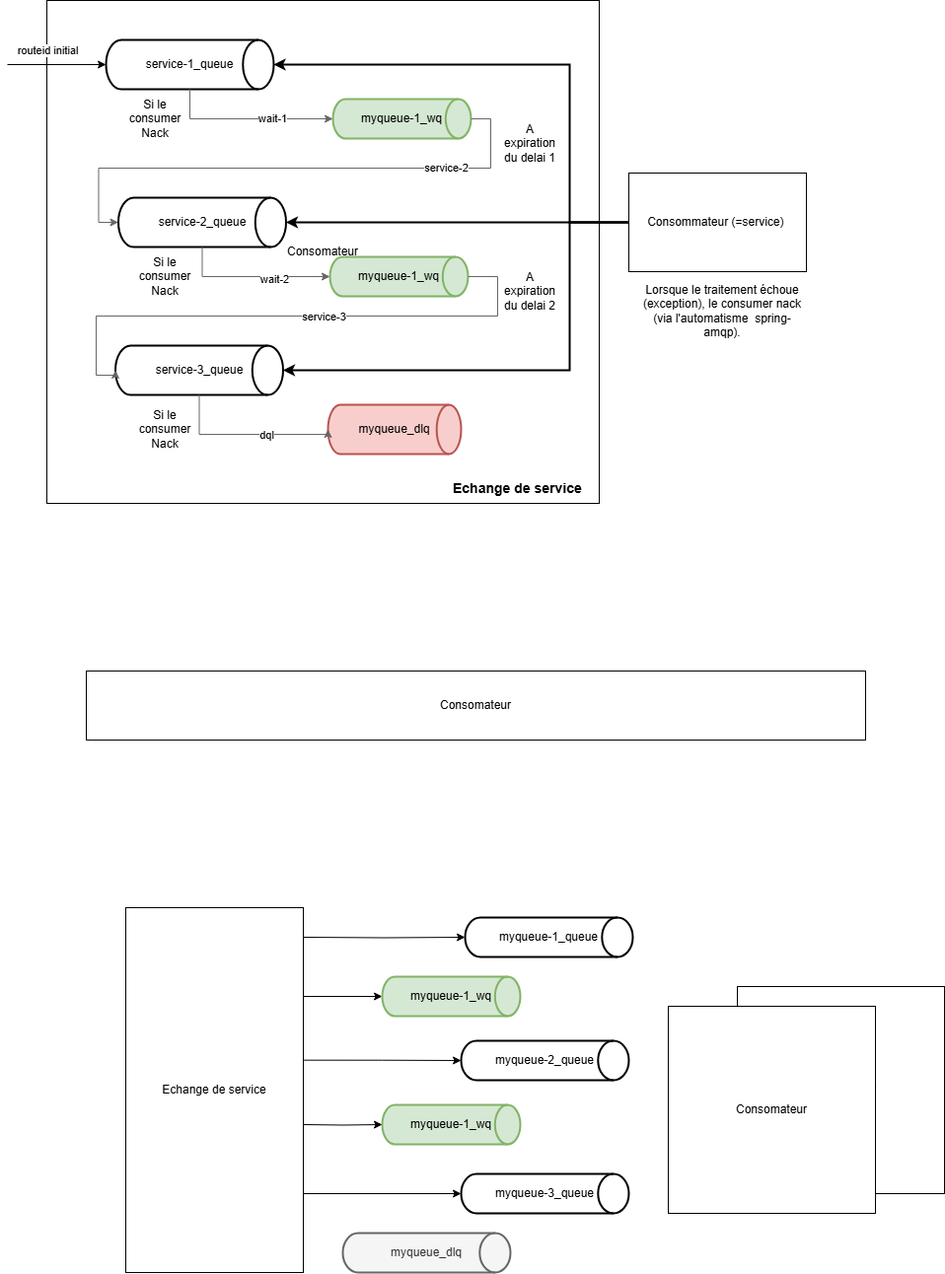
This is drawio/pattern_rabbit_retry.png from sarraz1/csau, a draw.io export, as it was before one commit. Source tidied: cells renumbered, new cells last; positions are measured from the earlier drawing's top-left corner, leaving out a move shared by most shapes.
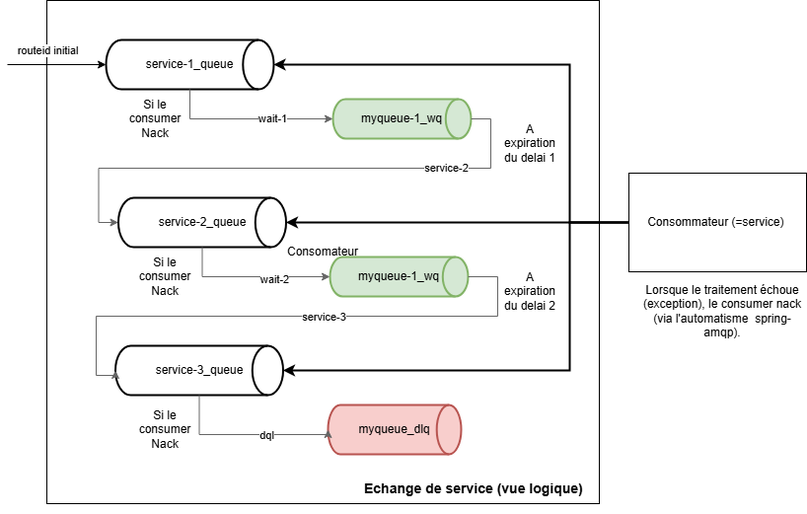
Later version of the same file.

Commit message:
Mettre à jour pattern_rabbit_retry.png

Diff of the diagram source:
```diff
@@ -16,61 +16,6 @@
     <mxCell id="4" value="Consommateur (=service)&amp;nbsp;" style="rounded=0;whiteSpace=wrap;html=1;" parent="1" vertex="1">
       <mxGeometry x="630" y="175" width="180" height="100" as="geometry" />
     </mxCell>
-    <mxCell id="5" value="Consomateur" style="rounded=0;whiteSpace=wrap;html=1;" parent="1" vertex="1">
-      <mxGeometry x="80" y="680" width="790" height="70" as="geometry" />
-    </mxCell>
-    <mxCell id="6" style="edgeStyle=orthogonalEdgeStyle;rounded=0;jettySize=auto;html=1;exitX=0.996;exitY=0.295;exitDx=0;exitDy=0;exitPerimeter=0;" parent="1" edge="1" source="8" target="12">
-      <mxGeometry relative="1" as="geometry">
-        <Array as="points">
-          <mxPoint x="299" y="1010" />
-        </Array>
-      </mxGeometry>
-    </mxCell>
-    <mxCell id="7" style="edgeStyle=orthogonalEdgeStyle;rounded=0;jettySize=auto;html=1;exitX=0.987;exitY=0.418;exitDx=0;exitDy=0;exitPerimeter=0;" parent="1" edge="1" source="8" target="10">
-      <mxGeometry relative="1" as="geometry" />
-    </mxCell>
-    <mxCell id="8" value="Echange de service" style="rounded=0;whiteSpace=wrap;html=1;" parent="1" vertex="1">
-      <mxGeometry x="120" y="920" width="180" height="370" as="geometry" />
-    </mxCell>
-    <mxCell id="9" value="myqueue-1_que&lt;span style=&quot;background-color: transparent; color: light-dark(rgb(0, 0, 0), rgb(255, 255, 255));&quot;&gt;ue&lt;/span&gt;" style="strokeWidth=2;html=1;shape=mxgraph.flowchart.direct_data;whiteSpace=wrap;" parent="1" vertex="1">
-      <mxGeometry x="464" y="930" width="170" height="40" as="geometry" />
-    </mxCell>
-    <mxCell id="10" value="myqueue-2_que&lt;span style=&quot;background-color: transparent; color: light-dark(rgb(0, 0, 0), rgb(255, 255, 255));&quot;&gt;ue&lt;/span&gt;" style="strokeWidth=2;html=1;shape=mxgraph.flowchart.direct_data;whiteSpace=wrap;" parent="1" vertex="1">
-      <mxGeometry x="460" y="1055" width="170" height="40" as="geometry" />
-    </mxCell>
-    <mxCell id="11" value="myqueue-3_que&lt;span style=&quot;background-color: transparent; color: light-dark(rgb(0, 0, 0), rgb(255, 255, 255));&quot;&gt;ue&lt;/span&gt;" style="strokeWidth=2;html=1;shape=mxgraph.flowchart.direct_data;whiteSpace=wrap;" parent="1" vertex="1">
-      <mxGeometry x="460" y="1190" width="170" height="40" as="geometry" />
-    </mxCell>
-    <mxCell id="12" value="myqueue-1_wq" style="strokeWidth=2;html=1;shape=mxgraph.flowchart.direct_data;whiteSpace=wrap;fillColor=#d5e8d4;strokeColor=#82b366;" parent="1" vertex="1">
-      <mxGeometry x="380" y="990" width="140" height="40" as="geometry" />
-    </mxCell>
-    <mxCell id="13" value="myqueue-1_wq" style="strokeWidth=2;html=1;shape=mxgraph.flowchart.direct_data;whiteSpace=wrap;fillColor=#d5e8d4;strokeColor=#82b366;" parent="1" vertex="1">
-      <mxGeometry x="380" y="1120" width="140" height="40" as="geometry" />
-    </mxCell>
-    <mxCell id="14" value="myqueue_dlq" style="strokeWidth=2;html=1;shape=mxgraph.flowchart.direct_data;whiteSpace=wrap;fillColor=#f5f5f5;fontColor=#333333;strokeColor=#666666;" parent="1" vertex="1">
-      <mxGeometry x="340" y="1250" width="170" height="40" as="geometry" />
-    </mxCell>
-    <mxCell id="15" value="Consomateur" style="rounded=0;whiteSpace=wrap;html=1;" parent="1" vertex="1">
-      <mxGeometry x="740" y="1000" width="210" height="210" as="geometry" />
-    </mxCell>
-    <mxCell id="16" style="edgeStyle=orthogonalEdgeStyle;rounded=0;jettySize=auto;html=1;entryX=0;entryY=0.5;entryDx=0;entryDy=0;entryPerimeter=0;" parent="1" edge="1" target="9">
-      <mxGeometry relative="1" as="geometry">
-        <mxPoint x="300" y="950" as="sourcePoint" />
-      </mxGeometry>
-    </mxCell>
-    <mxCell id="17" style="edgeStyle=orthogonalEdgeStyle;rounded=0;jettySize=auto;html=1;entryX=0;entryY=0.5;entryDx=0;entryDy=0;entryPerimeter=0;" parent="1" edge="1" target="13">
-      <mxGeometry relative="1" as="geometry">
-        <mxPoint x="300" y="1140" as="sourcePoint" />
-      </mxGeometry>
-    </mxCell>
-    <mxCell id="18" style="edgeStyle=orthogonalEdgeStyle;rounded=0;jettySize=auto;html=1;entryX=0;entryY=0.5;entryDx=0;entryDy=0;entryPerimeter=0;" parent="1" edge="1" target="11">
-      <mxGeometry relative="1" as="geometry">
-        <mxPoint x="300" y="1210" as="sourcePoint" />
-        <Array as="points">
-          <mxPoint x="300" y="1210" />
-        </Array>
-      </mxGeometry>
-    </mxCell>
     <mxCell id="19" value="service-1_que&lt;span style=&quot;background-color: transparent; color: light-dark(rgb(0, 0, 0), rgb(255, 255, 255));&quot;&gt;ue&lt;/span&gt;" style="strokeWidth=2;html=1;shape=mxgraph.flowchart.direct_data;whiteSpace=wrap;" parent="1" vertex="1">
       <mxGeometry x="100" y="40" width="170" height="50" as="geometry" />
     </mxCell>
@@ -89,9 +34,6 @@
     <mxCell id="24" value="myqueue_dlq" style="strokeWidth=2;html=1;shape=mxgraph.flowchart.direct_data;whiteSpace=wrap;fillColor=#f8cecc;strokeColor=#b85450;" parent="1" vertex="1">
       <mxGeometry x="325" y="410" width="135" height="50" as="geometry" />
     </mxCell>
-    <mxCell id="25" value="Consomateur" style="rounded=0;whiteSpace=wrap;html=1;" parent="1" vertex="1">
-      <mxGeometry x="670" y="1020" width="210" height="210" as="geometry" />
-    </mxCell>
     <mxCell id="26" style="edgeStyle=orthogonalEdgeStyle;rounded=0;jettySize=auto;html=1;entryX=0;entryY=0.5;entryDx=0;entryDy=0;entryPerimeter=0;exitX=0.5;exitY=1;exitDx=0;exitDy=0;exitPerimeter=0;fillColor=#f5f5f5;strokeColor=#666666;" parent="1" edge="1" source="19" target="22">
       <mxGeometry relative="1" as="geometry" />
     </mxCell>
@@ -180,8 +122,8 @@
     <mxCell id="46" value="Lorsque le traitement échoue (exception), le consumer nack&lt;div&gt;(via l'automatisme&amp;nbsp; spring-amqp).&lt;/div&gt;" style="text;html=1;align=center;verticalAlign=middle;whiteSpace=wrap;rounded=0;" parent="1" vertex="1">
       <mxGeometry x="640" y="300" width="170" height="30" as="geometry" />
     </mxCell>
-    <mxCell id="47" value="&lt;b&gt;&lt;font style=&quot;font-size: 14px;&quot;&gt;Echange de service&lt;/font&gt;&lt;/b&gt;" style="text;whiteSpace=wrap;html=1;" parent="1" vertex="1">
-      <mxGeometry x="450" y="480" width="144" height="40" as="geometry" />
+    <mxCell id="47" value="&lt;b&gt;&lt;font style=&quot;font-size: 14px;&quot;&gt;Echange de service (vue logique)&lt;/font&gt;&lt;/b&gt;" style="text;whiteSpace=wrap;html=1;" parent="1" vertex="1">
+      <mxGeometry x="360" y="480" width="264" height="40" as="geometry" />
     </mxCell>
   </root>
 </mxGraphModel>
```
